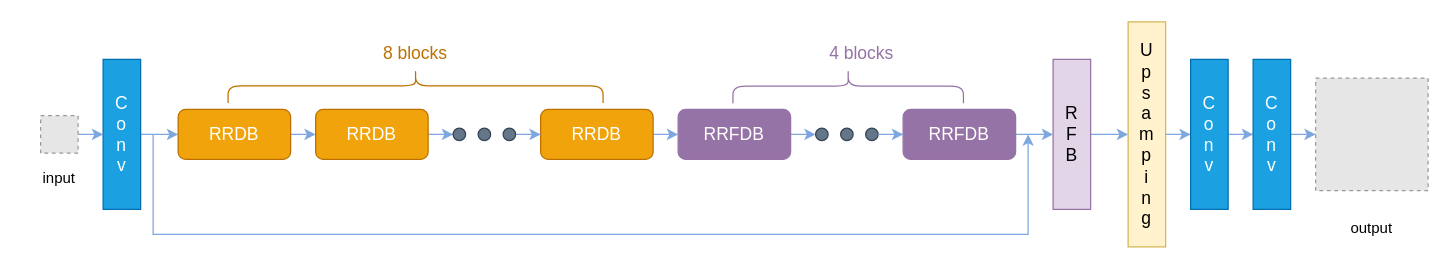
Earlier version of the draw.io diagram RS-ESRGAN-generator.drawio (zhaoyangkun/draw.io). Source tidied: cells renumbered, new cells numbered last; positions are measured from the earlier drawing's top-left corner, leaving out a move shared by most shapes. Both pictures are drawn from the tidied source at 125%, with x=0, y=0 at pixel (21, -102). Pictures stored in the file or linked from it are replaced by grey dashed boxes.
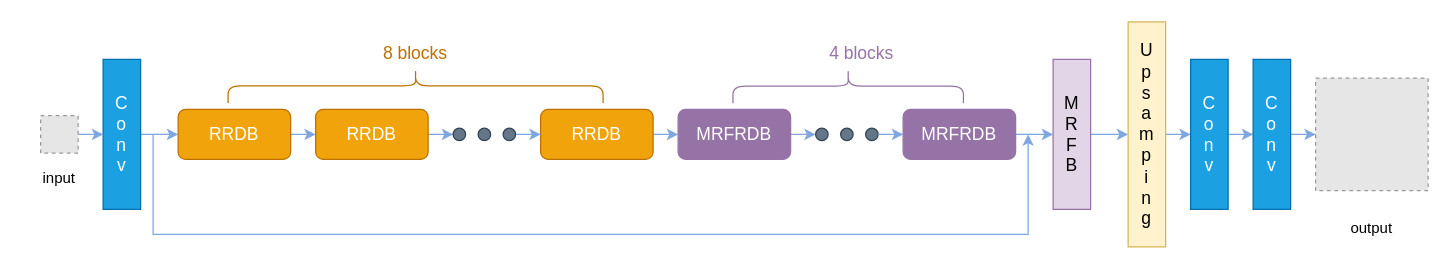
The same page after the edit.

What changed in the source:
```diff
@@
-    <mxCell id="13" value="&lt;font color=&quot;#ffffff&quot; style=&quot;font-size: 14px;&quot;&gt;RRFDB&lt;/font&gt;" style="rounded=1;whiteSpace=wrap;html=1;fillColor=#9673A6;strokeColor=#9673a6;fontSize=14;" parent="1" vertex="1">
+    <mxCell id="13" value="&lt;font color=&quot;#ffffff&quot; style=&quot;font-size: 14px;&quot;&gt;MRFRDB&lt;/font&gt;" style="rounded=1;whiteSpace=wrap;html=1;fillColor=#9673A6;strokeColor=#9673a6;fontSize=14;" parent="1" vertex="1">
       <mxGeometry x="525" y="169" width="90" height="40" as="geometry" />
     </mxCell>
@@
-    <mxCell id="19" value="&lt;font color=&quot;#ffffff&quot; style=&quot;font-size: 14px;&quot;&gt;RRFDB&lt;/font&gt;" style="rounded=1;whiteSpace=wrap;html=1;fillColor=#9673A6;strokeColor=#9673a6;fontSize=14;" parent="1" vertex="1">
+    <mxCell id="19" value="&lt;span style=&quot;color: rgb(255, 255, 255);&quot;&gt;MRFRDB&lt;/span&gt;" style="rounded=1;whiteSpace=wrap;html=1;fillColor=#9673A6;strokeColor=#9673a6;fontSize=14;" parent="1" vertex="1">
       <mxGeometry x="705" y="169" width="90" height="40" as="geometry" />
     </mxCell>
@@
-    <mxCell id="26" value="R&lt;br style=&quot;font-size: 14px;&quot;&gt;F&lt;br style=&quot;font-size: 14px;&quot;&gt;B" style="rounded=0;whiteSpace=wrap;html=1;fillColor=#e1d5e7;strokeColor=#9673a6;fontSize=14;" parent="1" vertex="1">
+    <mxCell id="26" value="M&lt;br&gt;R&lt;br style=&quot;font-size: 14px;&quot;&gt;F&lt;br style=&quot;font-size: 14px;&quot;&gt;B" style="rounded=0;whiteSpace=wrap;html=1;fillColor=#e1d5e7;strokeColor=#9673a6;fontSize=14;" parent="1" vertex="1">
       <mxGeometry x="825" y="129" width="30" height="120" as="geometry" />
     </mxCell>
```
